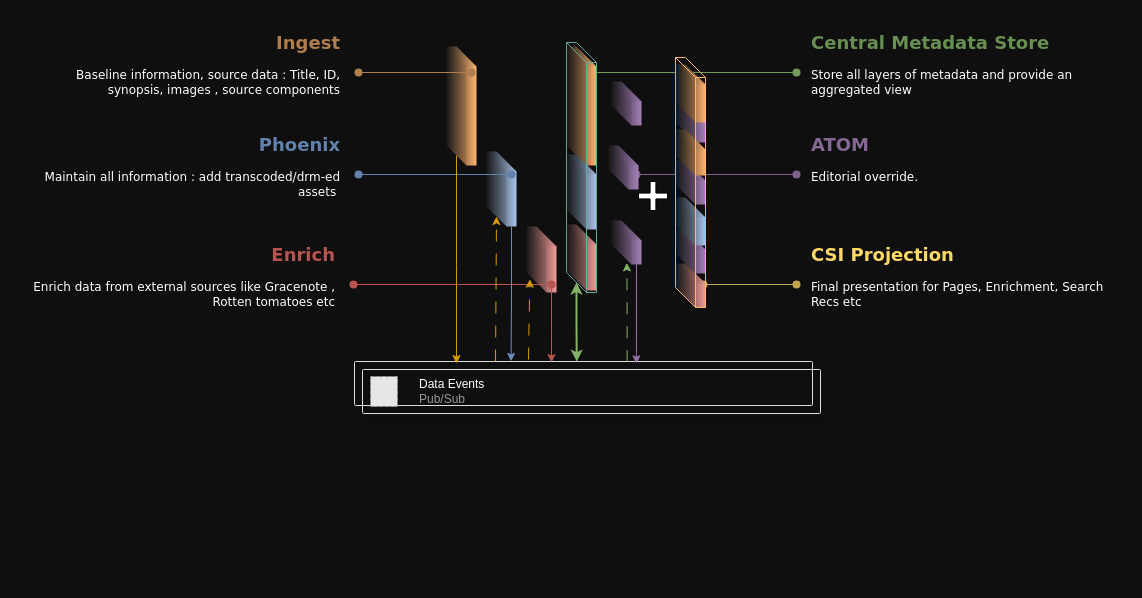
Earlier version of the draw.io diagram page "Page-1" (1 of 3) of Proposed layers.drawio (puneet-johar-sky/draw-io-pj). Source tidied: cells renumbered, new cells numbered last; positions are measured from the earlier drawing's top-left corner, leaving out a move shared by most shapes. Both pictures are drawn from the tidied source at 100%, with x=0, y=0 at pixel (26, 27). Pictures stored in the file or linked from it are replaced by grey dashed boxes.
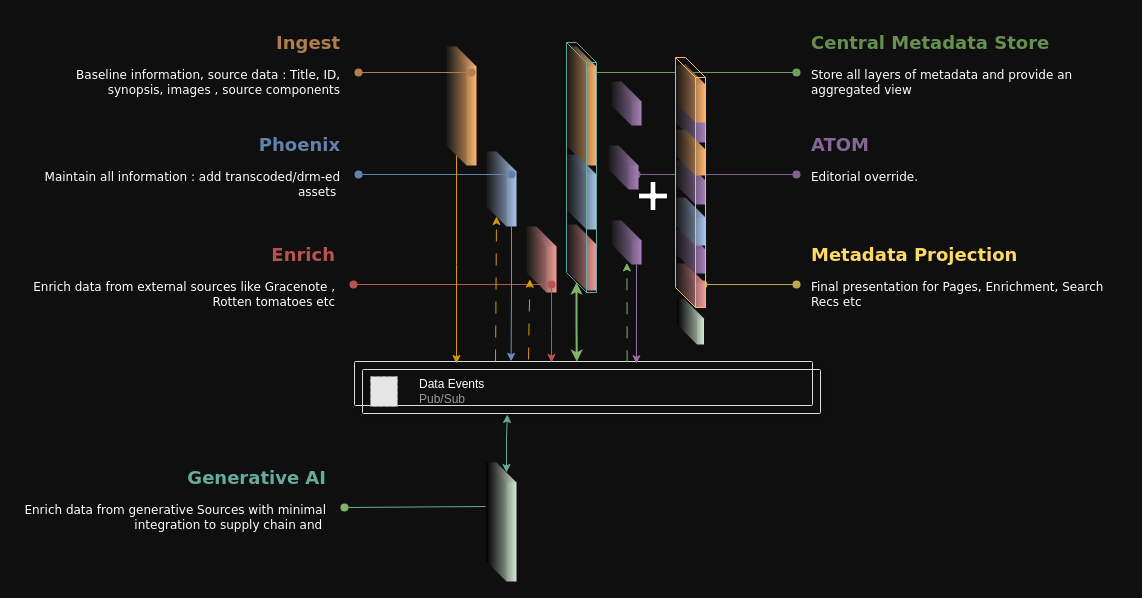
After the change.

The change refers to these unchanged cells:
```xml
<mxCell id="36" style="shape=mxgraph.gcp2.doubleRect;strokeColor=#dddddd;shadow=1;strokeWidth=1;rounded=1;absoluteArcSize=1;arcSize=2;fillStyle=solid;fillColor=none;" parent="1" vertex="1">
  <mxGeometry x="328" y="334" width="466" height="52" as="geometry" />
</mxCell>
```

The edit, as a diff of the source:
```diff
@@
-    <mxCell id="20" value="&lt;h2&gt;&lt;font color=&quot;#ffd966&quot;&gt;CSI Projection&lt;/font&gt;&lt;/h2&gt;&lt;p&gt;Final presentation for Pages, Enrichment, Search Recs etc&lt;/p&gt;" style="text;html=1;strokeColor=none;fillColor=none;spacing=5;spacingTop=-20;whiteSpace=wrap;overflow=hidden;rounded=0;shadow=0;sketch=0;fontFamily=Verdana;fontSize=12;fontColor=#FFFFFF;" parent="1" vertex="1">
+    <mxCell id="20" value="&lt;h2&gt;&lt;font color=&quot;#ffd966&quot;&gt;Metadata Projection&lt;/font&gt;&lt;/h2&gt;&lt;p&gt;Final presentation for Pages, Enrichment, Search Recs etc&lt;/p&gt;" style="text;html=1;strokeColor=none;fillColor=none;spacing=5;spacingTop=-20;whiteSpace=wrap;overflow=hidden;rounded=0;shadow=0;sketch=0;fontFamily=Verdana;fontSize=12;fontColor=#FFFFFF;" parent="1" vertex="1">
       <mxGeometry x="780" y="212" width="313" height="90" as="geometry" />
     </mxCell>
@@
+    <mxCell id="57" style="shape=cube;whiteSpace=wrap;html=1;boundedLbl=1;backgroundOutline=1;darkOpacity=0.05;darkOpacity2=0.1;shadow=0;sketch=0;fontFamily=Verdana;fontSize=12;strokeColor=none;strokeWidth=7;fillColor=#d5e8d4;gradientDirection=west;gradientColor=default;" parent="1" vertex="1">
+      <mxGeometry x="460" y="435" width="30" height="119" as="geometry" />
+    </mxCell>
+    <mxCell id="58" style="endArrow=none;html=1;rounded=0;fontFamily=Verdana;fontSize=12;fontColor=#FFFFFF;strokeColor=#67AB9F;entryX=-0.033;entryY=0.37;entryDx=0;entryDy=0;entryPerimeter=0;" parent="1" edge="1" source="59" target="57">
+      <mxGeometry relative="1" as="geometry" />
+    </mxCell>
+    <mxCell id="59" style="shape=waypoint;sketch=0;fillStyle=solid;size=6;points=[];fillColor=#d5e8d4;perimeter=centerPerimeter;snapToPoint=1;shadow=0;fontFamily=Verdana;fontSize=12;strokeColor=#82b366;strokeWidth=2;" parent="1" vertex="1">
+      <mxGeometry x="298" y="460" width="40" height="40" as="geometry" />
+    </mxCell>
+    <mxCell id="60" value="&lt;h2&gt;&lt;font color=&quot;#67ab9f&quot;&gt;Generative AI&lt;/font&gt;&lt;/h2&gt;&lt;p&gt;Enrich data from generative Sources with minimal integration to supply chain and&amp;nbsp;&lt;/p&gt;" style="text;html=1;strokeColor=none;fillColor=none;spacing=5;spacingTop=-20;whiteSpace=wrap;overflow=hidden;rounded=0;shadow=0;sketch=0;fontFamily=Verdana;fontSize=12;fontColor=#FFFFFF;align=right;" parent="1" vertex="1">
+      <mxGeometry x="-9" y="435" width="314" height="90" as="geometry" />
+    </mxCell>
+    <mxCell id="61" style="edgeStyle=orthogonalEdgeStyle;rounded=0;jettySize=auto;html=1;exitX=0;exitY=0;exitDx=20;exitDy=10;exitPerimeter=0;entryX=0.328;entryY=1.019;entryDx=0;entryDy=0;entryPerimeter=0;startArrow=classic;startFill=1;strokeColor=#67AB9F;" parent="1" edge="1" source="57" target="36">
+      <mxGeometry relative="1" as="geometry" />
+    </mxCell>
+    <mxCell id="62" style="shape=cube;whiteSpace=wrap;html=1;boundedLbl=1;backgroundOutline=1;darkOpacity=0.05;darkOpacity2=0.1;shadow=0;sketch=0;fontFamily=Verdana;fontSize=12;strokeColor=none;strokeWidth=7;fillColor=#d5e8d4;gradientDirection=west;gradientColor=default;" parent="1" vertex="1">
+      <mxGeometry x="650.5" y="271" width="27" height="46" as="geometry" />
+    </mxCell>
```
